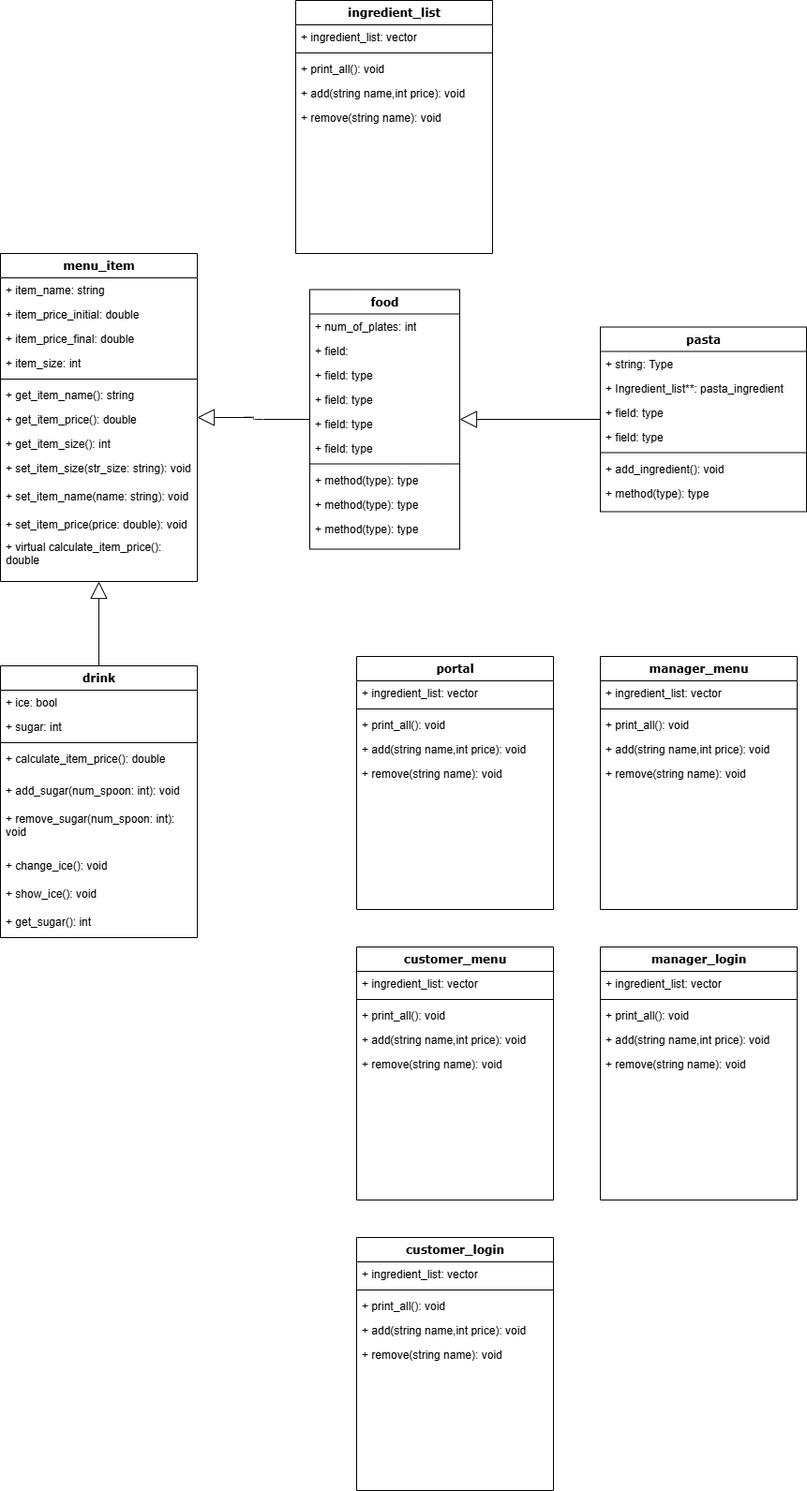
This is UML.png from SohamA12345/Project, a draw.io export, as it was before one commit. Source tidied: cells renumbered, new cells last; positions are measured from the earlier drawing's top-left corner, leaving out a move shared by most shapes.
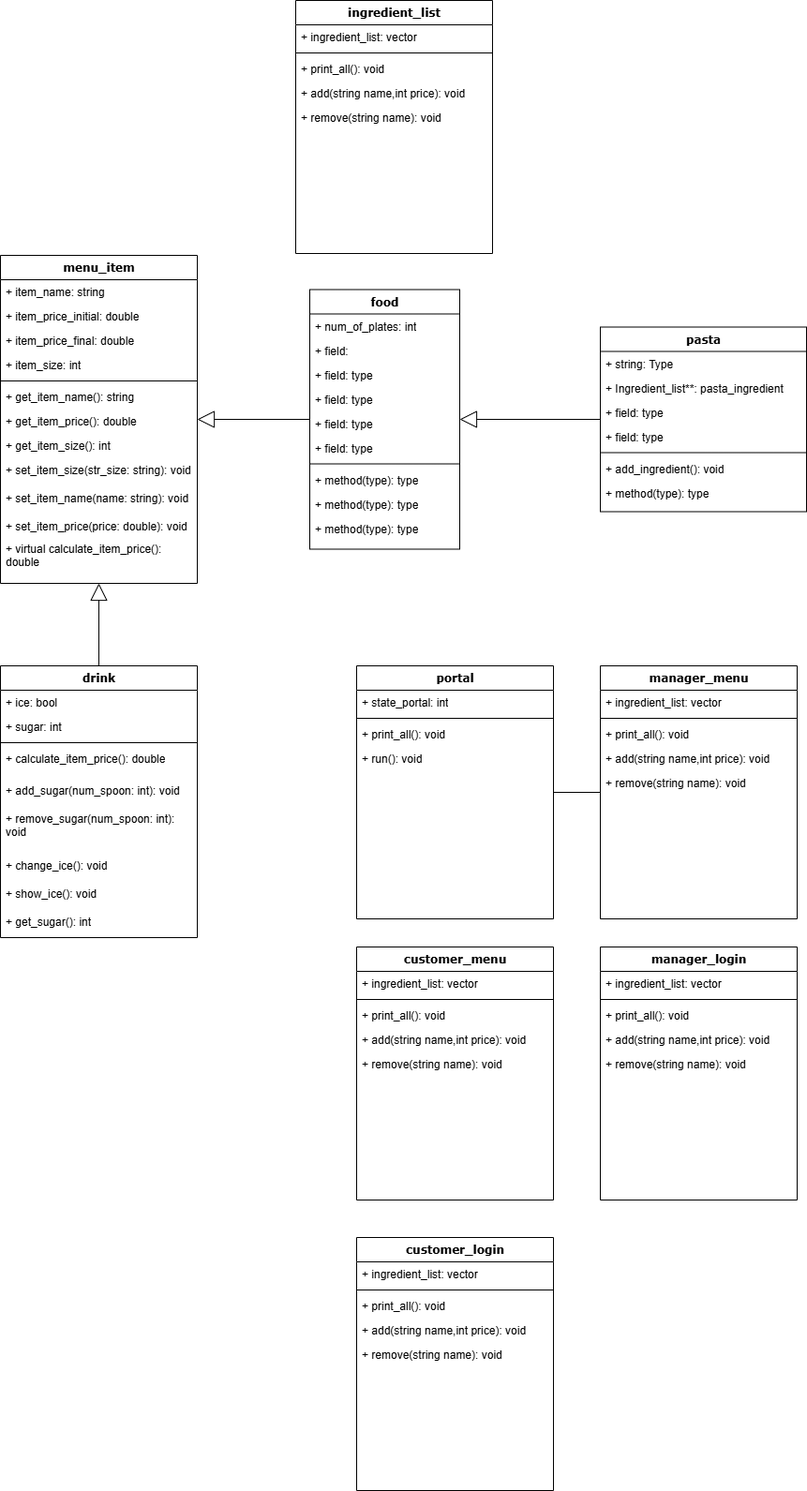
Later version of the same file.

The edit, as a diff of the source:
```diff
@@ -3,7 +3,7 @@
     <mxCell id="0" />
     <mxCell id="1" parent="0" />
     <mxCell id="2" value="&lt;div&gt;menu_item&lt;br&gt;&lt;/div&gt;" style="swimlane;html=1;fontStyle=1;align=center;verticalAlign=top;horizontal=1;startSize=26;swimlaneFillColor=#ffffff;rounded=0;shadow=0;comic=0;labelBackgroundColor=none;strokeWidth=1;fillColor=none;fontFamily=Verdana;fontSize=12;" parent="1" vertex="1">
-      <mxGeometry y="270" width="210" height="350" as="geometry" />
+      <mxGeometry y="272" width="210" height="350" as="geometry" />
     </mxCell>
     <mxCell id="3" value="+ item_name: string" style="text;html=1;strokeColor=none;fillColor=none;align=left;verticalAlign=top;spacingLeft=4;spacingRight=4;whiteSpace=wrap;overflow=hidden;" parent="2" vertex="1">
       <mxGeometry y="26" width="210" height="26" as="geometry" />
@@ -159,9 +159,9 @@
       <mxGeometry relative="1" as="geometry" />
     </mxCell>
     <mxCell id="54" value="portal" style="swimlane;html=1;fontStyle=1;align=center;verticalAlign=top;horizontal=1;startSize=26;swimlaneFillColor=#ffffff;rounded=0;shadow=0;comic=0;labelBackgroundColor=none;strokeWidth=1;fillColor=none;fontFamily=Verdana;fontSize=12;" parent="1" vertex="1">
-      <mxGeometry x="380" y="700" width="210" height="270" as="geometry" />
+      <mxGeometry x="380" y="710" width="210" height="270" as="geometry" />
     </mxCell>
-    <mxCell id="55" value="+ ingredient_list: vector" style="text;html=1;strokeColor=none;fillColor=none;align=left;verticalAlign=top;spacingLeft=4;spacingRight=4;whiteSpace=wrap;overflow=hidden;" parent="54" vertex="1">
+    <mxCell id="55" value="+ state_portal: int" style="text;html=1;strokeColor=none;fillColor=none;align=left;verticalAlign=top;spacingLeft=4;spacingRight=4;whiteSpace=wrap;overflow=hidden;" parent="54" vertex="1">
       <mxGeometry y="26" width="210" height="26" as="geometry" />
     </mxCell>
     <mxCell id="56" style="line;html=1;strokeWidth=1;fillColor=none;align=left;verticalAlign=middle;spacingTop=-1;spacingLeft=3;spacingRight=3;labelPosition=right;" parent="54" vertex="1">
@@ -170,14 +170,14 @@
     <mxCell id="57" value="+ print_all(): void" style="text;html=1;strokeColor=none;fillColor=none;align=left;verticalAlign=top;spacingLeft=4;spacingRight=4;whiteSpace=wrap;overflow=hidden;" parent="54" vertex="1">
       <mxGeometry y="60" width="210" height="26" as="geometry" />
     </mxCell>
-    <mxCell id="58" value="+ add(string name,int price): void" style="text;html=1;strokeColor=none;fillColor=none;align=left;verticalAlign=top;spacingLeft=4;spacingRight=4;whiteSpace=wrap;overflow=hidden;" parent="54" vertex="1">
+    <mxCell id="58" value="+ run(): void" style="text;html=1;strokeColor=none;fillColor=none;align=left;verticalAlign=top;spacingLeft=4;spacingRight=4;whiteSpace=wrap;overflow=hidden;" parent="54" vertex="1">
       <mxGeometry y="86" width="210" height="26" as="geometry" />
     </mxCell>
-    <mxCell id="59" value="+ remove(string name): void" style="text;html=1;strokeColor=none;fillColor=none;align=left;verticalAlign=top;spacingLeft=4;spacingRight=4;whiteSpace=wrap;overflow=hidden;" parent="54" vertex="1">
-      <mxGeometry y="112" width="210" height="26" as="geometry" />
-    </mxCell>
+    <mxCell id="84" style="rounded=0;jettySize=auto;html=1;endArrow=none;endFill=0;entryX=1;entryY=0.5;entryDx=0;entryDy=0;" parent="1" edge="1" source="60" target="54">
+      <mxGeometry relative="1" as="geometry" />
+    </mxCell>
     <mxCell id="60" value="manager_menu" style="swimlane;html=1;fontStyle=1;align=center;verticalAlign=top;horizontal=1;startSize=26;swimlaneFillColor=#ffffff;rounded=0;shadow=0;comic=0;labelBackgroundColor=none;strokeWidth=1;fillColor=none;fontFamily=Verdana;fontSize=12;" parent="1" vertex="1">
-      <mxGeometry x="640" y="700" width="210" height="270" as="geometry" />
+      <mxGeometry x="640" y="710" width="210" height="270" as="geometry" />
     </mxCell>
     <mxCell id="61" value="+ ingredient_list: vector" style="text;html=1;strokeColor=none;fillColor=none;align=left;verticalAlign=top;spacingLeft=4;spacingRight=4;whiteSpace=wrap;overflow=hidden;" parent="60" vertex="1">
       <mxGeometry y="26" width="210" height="26" as="geometry" />
```
